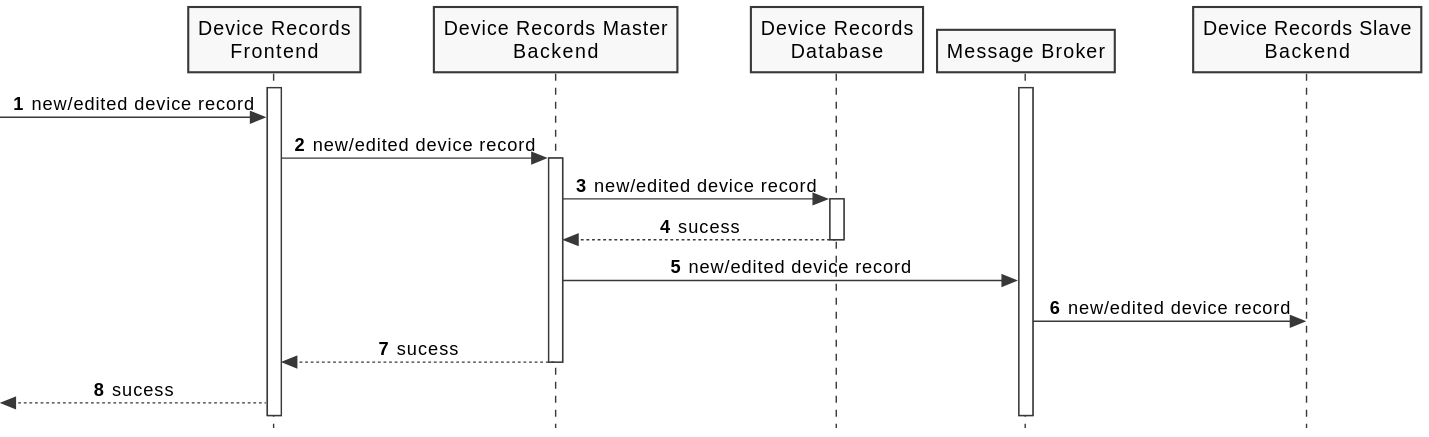
The PlantUML diagram docs/diagrams/process-view-level2-uc03.svg in FilipeMCruz/sensae-console, before a commit.
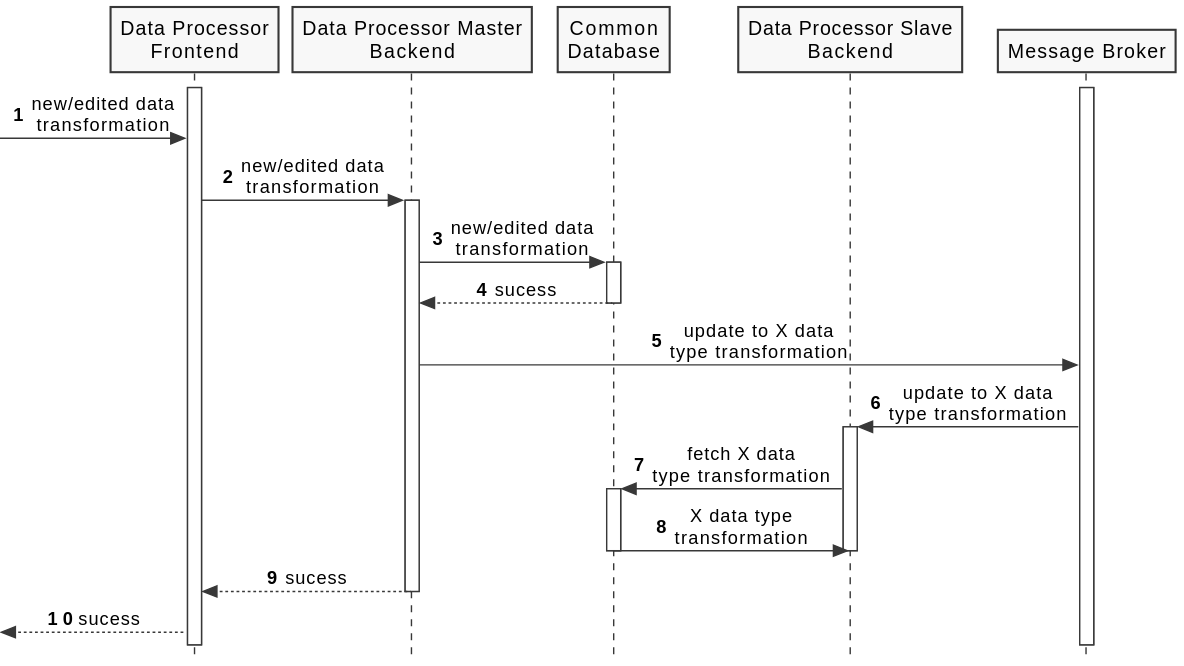
The same file after the commit.

Diff of the diagram source:
```diff
@@ -7,29 +7,38 @@
 
 autonumber 1
 
-participant "Device Records\nFrontend" as DRF
-participant "Device Records Master\nBackend" as DRMB
-participant "Device Records\nDatabase" as DRDB
+participant "Data Processor\nFrontend" as DRF
+participant "Data Processor Master\nBackend" as DRMB
+participant "Common\nDatabase" as DRDB
+participant "Data Processor Slave\nBackend" as DRSB
 participant "Message Broker" as MB
-participant "Device Records Slave\nBackend" as DRSB
 
 activate MB
 activate DRF
 
--> DRF: new/edited device record
+-> DRF: new/edited data\ntransformation
 
-DRF -> DRMB: new/edited device record
+DRF -> DRMB: new/edited data\ntransformation
 activate DRMB
 
-DRMB -> DRDB: new/edited device record
+DRMB -> DRDB: new/edited data\ntransformation
 activate DRDB
 
 DRDB --> DRMB: sucess
 deactivate DRDB
 
-DRMB -> MB: new/edited device record
+DRMB -> MB: update to X data\ntype transformation
 
-MB -> DRSB: new/edited device record
+MB -> DRSB: update to X data\ntype transformation
+activate DRSB
+
+DRSB -> DRDB: fetch X data\ntype transformation
+activate DRDB
+
+DRDB -> DRSB: X data type\ntransformation
+deactivate DRDB
+
+deactivate DRSB
 
 DRMB --> DRF: sucess
 
```
